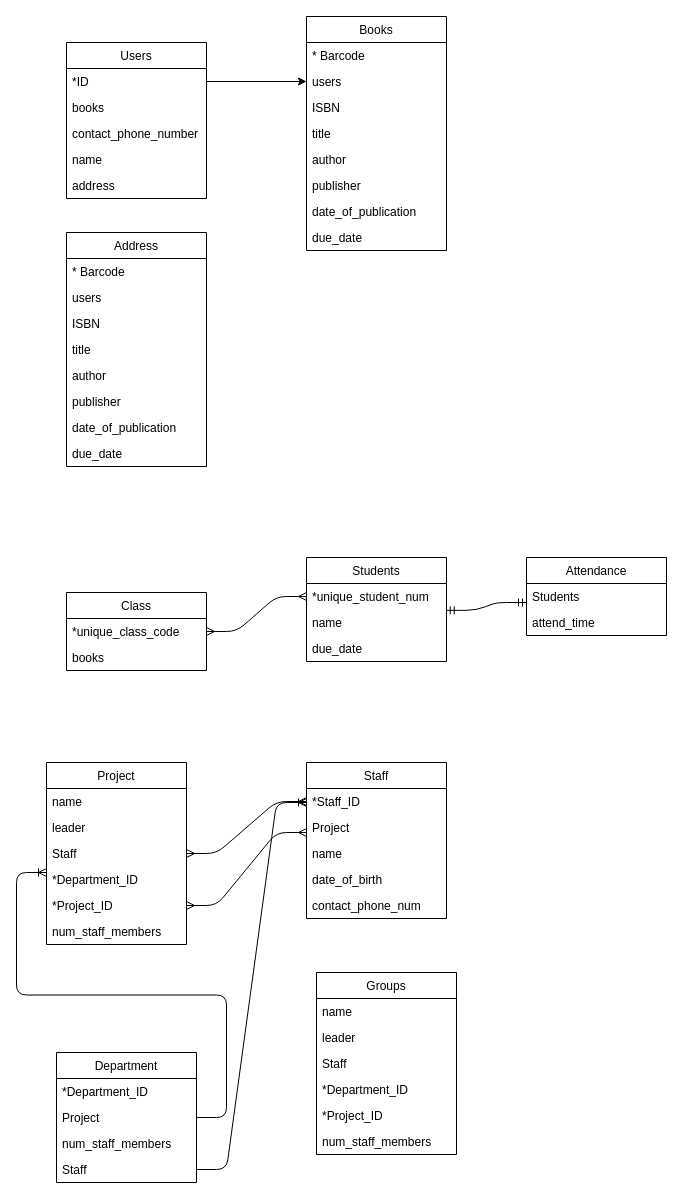
Earlier version of the draw.io diagram Untitled Diagram.drawio (Ziqi222/name.c). Source tidied: cells renumbered, new cells numbered last; positions are measured from the earlier drawing's top-left corner, leaving out a move shared by most shapes. Both pictures are drawn from the tidied source at 100%, with x=0, y=0 at pixel (46, 16).
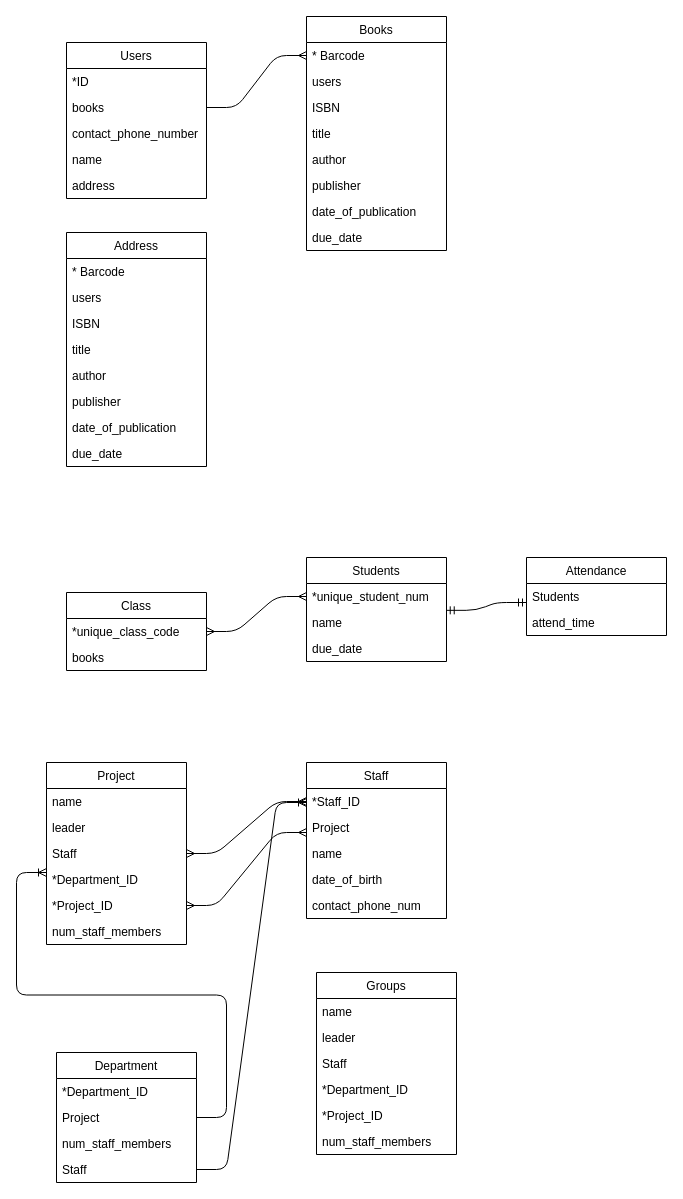
The same diagram, later.

Unchanged cells that the change refers to:
```xml
<mxCell id="3" value="*ID" style="text;strokeColor=none;fillColor=none;align=left;verticalAlign=top;spacingLeft=4;spacingRight=4;overflow=hidden;points=[[0,0.5],[1,0.5]];portConstraint=eastwest;" parent="2" vertex="1">
  <mxGeometry y="26" width="140" height="26" as="geometry" />
</mxCell>
<mxCell id="4" value="books" style="text;strokeColor=none;fillColor=none;align=left;verticalAlign=top;spacingLeft=4;spacingRight=4;overflow=hidden;points=[[0,0.5],[1,0.5]];portConstraint=eastwest;" parent="2" vertex="1">
  <mxGeometry y="52" width="140" height="26" as="geometry" />
</mxCell>
<mxCell id="9" value="* Barcode" style="text;strokeColor=none;fillColor=none;align=left;verticalAlign=top;spacingLeft=4;spacingRight=4;overflow=hidden;points=[[0,0.5],[1,0.5]];portConstraint=eastwest;" parent="8" vertex="1">
  <mxGeometry y="26" width="140" height="26" as="geometry" />
</mxCell>
<mxCell id="10" value="users" style="text;strokeColor=none;fillColor=none;align=left;verticalAlign=top;spacingLeft=4;spacingRight=4;overflow=hidden;points=[[0,0.5],[1,0.5]];portConstraint=eastwest;" parent="8" vertex="1">
  <mxGeometry y="52" width="140" height="26" as="geometry" />
</mxCell>
```

What changed in the source:
```diff
@@
-    <mxCell id="17" style="endArrow=classic;html=1;exitX=1;exitY=0.5;exitDx=0;exitDy=0;entryX=0;entryY=0.5;entryDx=0;entryDy=0;" parent="1" edge="1" source="3" target="10">
-      <mxGeometry relative="1" as="geometry" />
-    </mxCell>
@@
+    <mxCell id="68" style="edgeStyle=entityRelationEdgeStyle;fontSize=12;html=1;endArrow=ERmany;entryX=0;entryY=0.5;entryDx=0;entryDy=0;exitX=1;exitY=0.5;exitDx=0;exitDy=0;" parent="1" edge="1" source="4" target="9">
+      <mxGeometry relative="1" as="geometry" />
+    </mxCell>
```
